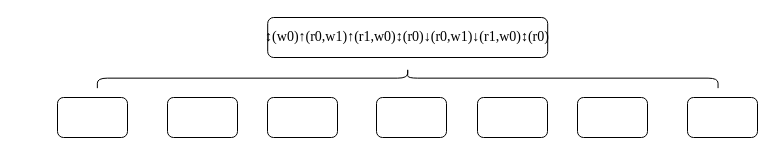
Before: doc/March C表达式.drawio in shanshan-lu/homwork, a draw.io diagram. Source tidied: cells renumbered, new cells numbered last; positions are measured from the earlier drawing's top-left corner, leaving out a move shared by most shapes. Both pictures are drawn from the tidied source at 100%, with x=0, y=0 at pixel (57, -233).
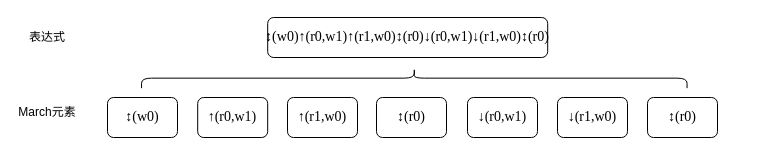
The same diagram, later.

Commit message (it also covers changes not shown here):
更新March C表达式.drawio

Diff of the diagram source:
```diff
@@
 <mxGraphModel>
   <root>
     <mxCell id="0" />
     <mxCell id="1" parent="0" />
     <mxCell id="2" value="&lt;p class=&quot;MsoNormal&quot;&gt;&lt;span style=&quot;mso-spacerun:'yes';font-family:'Times New Roman';font-size:10.5000pt;&lt;br/&gt;mso-font-kerning:1.0000pt;&quot;&gt;↕(w0)↑(r0,w1)↑(r1,w0)↕(r0)↓(r0,w1)↓(r1,w0)↕(r0)&lt;/span&gt;&lt;/p&gt;" style="rounded=1;whiteSpace=wrap;html=1;" parent="1" vertex="1">
       <mxGeometry x="210.2" y="250" width="280" height="40" as="geometry" />
     </mxCell>
-    <mxCell id="3" style="rounded=1;whiteSpace=wrap;html=1;" parent="1" vertex="1">
-      <mxGeometry y="330" width="70" height="40" as="geometry" />
+    <mxCell id="3" value="&lt;p class=&quot;MsoNormal&quot;&gt;&lt;span style=&quot;mso-spacerun:'yes';font-family:'Times New Roman';font-size:10.5000pt;&lt;br/&gt;mso-font-kerning:1.0000pt;&quot;&gt;↕(w0)&lt;/span&gt;&lt;/p&gt;" style="rounded=1;whiteSpace=wrap;html=1;" parent="1" vertex="1">
+      <mxGeometry x="50" y="330" width="70" height="40" as="geometry" />
     </mxCell>
-    <mxCell id="4" style="rounded=1;whiteSpace=wrap;html=1;" parent="1" vertex="1">
-      <mxGeometry x="110" y="330" width="70" height="40" as="geometry" />
+    <mxCell id="4" value="&lt;p class=&quot;MsoNormal&quot;&gt;&lt;span style=&quot;mso-spacerun:'yes';font-family:'Times New Roman';font-size:10.5000pt;&#10;mso-font-kerning:1.0000pt;&quot;&gt;&lt;font face=&quot;Times New Roman&quot;&gt;↑(r0,w1)&lt;/font&gt;&lt;/span&gt;&lt;/p&gt;" style="rounded=1;whiteSpace=wrap;html=1;" parent="1" vertex="1">
+      <mxGeometry x="140.2" y="330" width="70" height="40" as="geometry" />
     </mxCell>
-    <mxCell id="5" style="rounded=1;whiteSpace=wrap;html=1;" parent="1" vertex="1">
-      <mxGeometry x="210" y="330" width="70" height="40" as="geometry" />
+    <mxCell id="5" value="&lt;p class=&quot;MsoNormal&quot;&gt;&lt;span style=&quot;mso-spacerun:'yes';font-family:'Times New Roman';font-size:10.5000pt;&lt;br/&gt;mso-font-kerning:1.0000pt;&quot;&gt;↑(r1,w0)&lt;/span&gt;&lt;/p&gt;" style="rounded=1;whiteSpace=wrap;html=1;" parent="1" vertex="1">
+      <mxGeometry x="230" y="330" width="70" height="40" as="geometry" />
     </mxCell>
-    <mxCell id="6" style="rounded=1;whiteSpace=wrap;html=1;" parent="1" vertex="1">
+    <mxCell id="6" value="&lt;p class=&quot;MsoNormal&quot;&gt;&lt;span style=&quot;mso-spacerun:'yes';font-family:'Times New Roman';font-size:10.5000pt;&lt;br/&gt;mso-font-kerning:1.0000pt;&quot;&gt;↕(r0)&lt;/span&gt;&lt;/p&gt;" style="rounded=1;whiteSpace=wrap;html=1;" parent="1" vertex="1">
       <mxGeometry x="319" y="330" width="70" height="40" as="geometry" />
     </mxCell>
-    <mxCell id="7" style="rounded=1;whiteSpace=wrap;html=1;" parent="1" vertex="1">
-      <mxGeometry x="420" y="330" width="70" height="40" as="geometry" />
+    <mxCell id="7" value="&lt;p class=&quot;MsoNormal&quot;&gt;&lt;span style=&quot;mso-spacerun:'yes';font-family:'Times New Roman';font-size:10.5000pt;&lt;br/&gt;mso-font-kerning:1.0000pt;&quot;&gt;↓(r0,w1)&lt;/span&gt;&lt;/p&gt;" style="rounded=1;whiteSpace=wrap;html=1;" parent="1" vertex="1">
+      <mxGeometry x="410" y="330" width="70" height="40" as="geometry" />
     </mxCell>
-    <mxCell id="8" style="rounded=1;whiteSpace=wrap;html=1;" parent="1" vertex="1">
-      <mxGeometry x="520" y="330" width="70" height="40" as="geometry" />
+    <mxCell id="8" value="&lt;p class=&quot;MsoNormal&quot;&gt;&lt;span style=&quot;mso-spacerun:'yes';font-family:'Times New Roman';font-size:10.5000pt;&lt;br/&gt;mso-font-kerning:1.0000pt;&quot;&gt;↓(r1,w0)&lt;/span&gt;&lt;/p&gt;" style="rounded=1;whiteSpace=wrap;html=1;" parent="1" vertex="1">
+      <mxGeometry x="500" y="330" width="70" height="40" as="geometry" />
     </mxCell>
-    <mxCell id="9" style="rounded=1;whiteSpace=wrap;html=1;" parent="1" vertex="1">
-      <mxGeometry x="630" y="330" width="70" height="40" as="geometry" />
+    <mxCell id="9" value="&lt;p class=&quot;MsoNormal&quot;&gt;&lt;span style=&quot;mso-spacerun:'yes';font-family:'Times New Roman';font-size:10.5000pt;&lt;br/&gt;mso-font-kerning:1.0000pt;&quot;&gt;↕(r0)&lt;/span&gt;&lt;/p&gt;" style="rounded=1;whiteSpace=wrap;html=1;" parent="1" vertex="1">
+      <mxGeometry x="590" y="330" width="70" height="40" as="geometry" />
     </mxCell>
     <mxCell id="10" style="shape=curlyBracket;whiteSpace=wrap;html=1;rounded=1;flipH=1;labelPosition=right;verticalLabelPosition=middle;align=left;verticalAlign=middle;rotation=-90;" parent="1" vertex="1">
-      <mxGeometry x="340.2" y="0.3" width="20" height="620.7" as="geometry" />
+      <mxGeometry x="346.8" y="37.9" width="20" height="545.5" as="geometry" />
     </mxCell>
+    <mxCell id="11" value="表达式" style="text;html=1;strokeColor=none;fillColor=none;align=center;verticalAlign=middle;whiteSpace=wrap;rounded=0;" parent="1" vertex="1">
+      <mxGeometry x="-40" y="255" width="60" height="30" as="geometry" />
+    </mxCell>
+    <mxCell id="12" value="March元素" style="text;html=1;strokeColor=none;fillColor=none;align=center;verticalAlign=middle;whiteSpace=wrap;rounded=0;" parent="1" vertex="1">
+      <mxGeometry x="-40" y="330" width="60" height="30" as="geometry" />
+    </mxCell>
   </root>
 </mxGraphModel>
```
